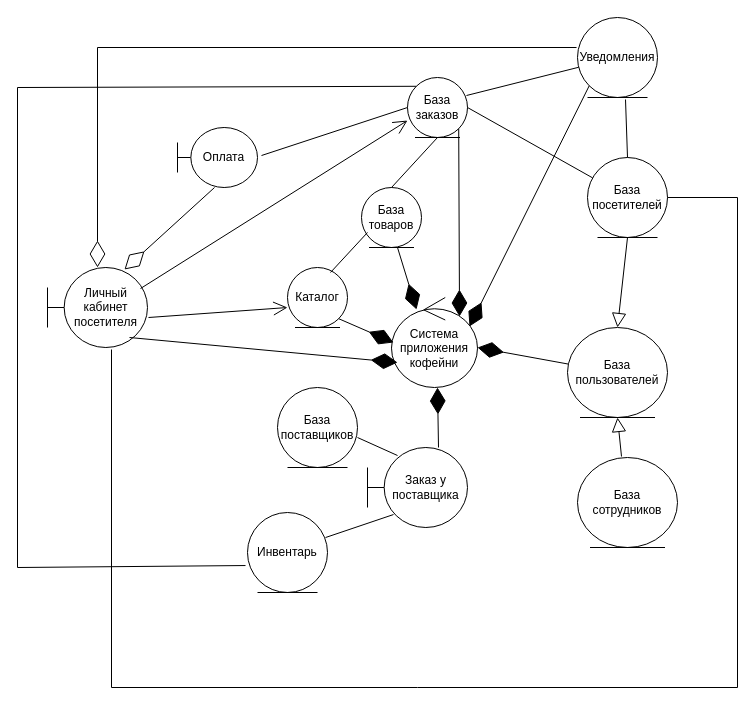
The draw.io diagram AKMS_3.drawio in mopsin666/AKMS, before the edit. Source tidied: cells renumbered, new cells numbered last; positions are measured from the earlier drawing's top-left corner, leaving out a move shared by most shapes. Both pictures are drawn from the tidied source at 100%, with x=0, y=0 at pixel (17, 17).
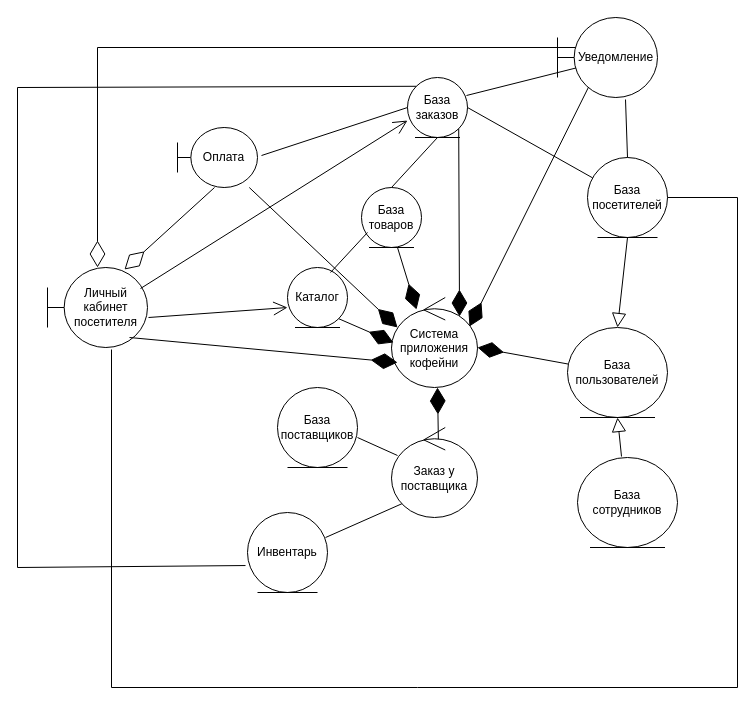
Above is the later version.

Unchanged cells that the change refers to:
```xml
<mxCell id="2" value="Оплата" style="shape=umlBoundary;whiteSpace=wrap;html=1;" parent="1" vertex="1">
  <mxGeometry x="160" y="110" width="80" height="60" as="geometry" />
</mxCell>
<mxCell id="3" value="Личный кабинет посетителя" style="shape=umlBoundary;whiteSpace=wrap;html=1;" parent="1" vertex="1">
  <mxGeometry x="30" y="250" width="100" height="80" as="geometry" />
</mxCell>
<mxCell id="6" value="База заказов" style="ellipse;shape=umlEntity;whiteSpace=wrap;html=1;" parent="1" vertex="1">
  <mxGeometry x="390" y="60" width="60" height="60" as="geometry" />
</mxCell>
<mxCell id="7" value="База посетителей" style="ellipse;shape=umlEntity;whiteSpace=wrap;html=1;" parent="1" vertex="1">
  <mxGeometry x="570" y="140" width="80" height="80" as="geometry" />
</mxCell>
<mxCell id="10" value="Система приложения кофейни" style="ellipse;shape=umlControl;whiteSpace=wrap;html=1;" parent="1" vertex="1">
  <mxGeometry x="374" y="280" width="86" height="90" as="geometry" />
</mxCell>
<mxCell id="24" value="База поставщиков" style="ellipse;shape=umlEntity;whiteSpace=wrap;html=1;" parent="1" vertex="1">
  <mxGeometry x="260" y="370" width="80" height="80" as="geometry" />
</mxCell>
<mxCell id="34" value="Инвентарь" style="ellipse;shape=umlEntity;whiteSpace=wrap;html=1;" parent="1" vertex="1">
  <mxGeometry x="230" y="495" width="80" height="80" as="geometry" />
</mxCell>
```

Diff of the diagram source:
```diff
@@
-    <mxCell id="25" value="Заказ у поставщика" style="shape=umlBoundary;whiteSpace=wrap;html=1;" parent="1" vertex="1">
-      <mxGeometry x="350" y="430" width="100" height="80" as="geometry" />
-    </mxCell>
-    <mxCell id="26" style="endArrow=none;html=1;rounded=0;exitX=1;exitY=0.625;exitDx=0;exitDy=0;exitPerimeter=0;entryX=0.3;entryY=0.1;entryDx=0;entryDy=0;entryPerimeter=0;" parent="1" edge="1" source="24" target="25">
-      <mxGeometry relative="1" as="geometry" />
+    <mxCell id="26" style="endArrow=none;html=1;rounded=0;exitX=1;exitY=0.625;exitDx=0;exitDy=0;exitPerimeter=0;entryX=0.3;entryY=0.1;entryDx=0;entryDy=0;entryPerimeter=0;" parent="1" edge="1" source="24">
+      <mxGeometry relative="1" as="geometry">
+        <mxPoint x="380" y="438" as="targetPoint" />
+      </mxGeometry>
     </mxCell>
-    <mxCell id="27" style="endArrow=diamondThin;endFill=1;endSize=24;html=1;rounded=0;exitX=0.71;exitY=0;exitDx=0;exitDy=0;exitPerimeter=0;entryX=0.535;entryY=1;entryDx=0;entryDy=0;entryPerimeter=0;" parent="1" edge="1" source="25" target="10">
-      <mxGeometry relative="1" as="geometry" />
+    <mxCell id="27" style="endArrow=diamondThin;endFill=1;endSize=24;html=1;rounded=0;exitX=0.71;exitY=0;exitDx=0;exitDy=0;exitPerimeter=0;entryX=0.535;entryY=1;entryDx=0;entryDy=0;entryPerimeter=0;" parent="1" edge="1" target="10">
+      <mxGeometry relative="1" as="geometry">
+        <mxPoint x="421" y="430" as="sourcePoint" />
+      </mxGeometry>
     </mxCell>
@@
-    <mxCell id="30" value="Уведомления" style="ellipse;shape=umlEntity;whiteSpace=wrap;html=1;" parent="1" vertex="1">
-      <mxGeometry x="560" width="80" height="80" as="geometry" />
-    </mxCell>
-    <mxCell id="31" style="endArrow=none;html=1;rounded=0;entryX=0.983;entryY=0.3;entryDx=0;entryDy=0;entryPerimeter=0;" parent="1" edge="1" source="30" target="6">
-      <mxGeometry relative="1" as="geometry" />
+    <mxCell id="31" style="endArrow=none;html=1;rounded=0;entryX=0.983;entryY=0.3;entryDx=0;entryDy=0;entryPerimeter=0;" parent="1" edge="1" target="6">
+      <mxGeometry relative="1" as="geometry">
+        <mxPoint x="561.2" y="49.8" as="sourcePoint" />
+      </mxGeometry>
     </mxCell>
-    <mxCell id="32" style="endArrow=none;html=1;rounded=0;entryX=0.5;entryY=0;entryDx=0;entryDy=0;exitX=0.6;exitY=1.025;exitDx=0;exitDy=0;exitPerimeter=0;" parent="1" edge="1" source="30" target="7">
-      <mxGeometry relative="1" as="geometry" />
+    <mxCell id="32" style="endArrow=none;html=1;rounded=0;entryX=0.5;entryY=0;entryDx=0;entryDy=0;exitX=0.6;exitY=1.025;exitDx=0;exitDy=0;exitPerimeter=0;" parent="1" edge="1" target="7">
+      <mxGeometry relative="1" as="geometry">
+        <mxPoint x="608" y="82" as="sourcePoint" />
+      </mxGeometry>
     </mxCell>
-    <mxCell id="33" style="endArrow=diamondThin;endFill=0;endSize=24;html=1;rounded=0;exitX=-0.012;exitY=0.375;exitDx=0;exitDy=0;exitPerimeter=0;entryX=0.5;entryY=0;entryDx=0;entryDy=0;entryPerimeter=0;" parent="1" edge="1" source="30" target="3">
+    <mxCell id="33" style="endArrow=diamondThin;endFill=0;endSize=24;html=1;rounded=0;exitX=-0.012;exitY=0.375;exitDx=0;exitDy=0;exitPerimeter=0;entryX=0.5;entryY=0;entryDx=0;entryDy=0;entryPerimeter=0;" parent="1" edge="1" target="3">
       <mxGeometry relative="1" as="geometry">
+        <mxPoint x="559" y="30" as="sourcePoint" />
         <Array as="points">
           <mxPoint x="80" y="30" />
         </Array>
       </mxGeometry>
     </mxCell>
@@
-    <mxCell id="36" style="endArrow=none;html=1;rounded=0;exitX=0.975;exitY=0.313;exitDx=0;exitDy=0;exitPerimeter=0;entryX=0.26;entryY=0.838;entryDx=0;entryDy=0;entryPerimeter=0;" parent="1" edge="1" source="34" target="25">
+    <mxCell id="36" style="endArrow=none;html=1;rounded=0;exitX=0.975;exitY=0.313;exitDx=0;exitDy=0;exitPerimeter=0;entryX=0.128;entryY=0.844;entryDx=0;entryDy=0;entryPerimeter=0;" parent="1" edge="1" source="34" target="25">
       <mxGeometry relative="1" as="geometry" />
     </mxCell>
-    <mxCell id="37" style="endArrow=diamondThin;endFill=1;endSize=24;html=1;rounded=0;exitX=0;exitY=1;exitDx=0;exitDy=0;entryX=0.791;entryY=0.211;entryDx=0;entryDy=0;entryPerimeter=0;" parent="1" edge="1" source="30">
+    <mxCell id="37" style="endArrow=diamondThin;endFill=1;endSize=24;html=1;rounded=0;exitX=0;exitY=1;exitDx=0;exitDy=0;entryX=0.791;entryY=0.211;entryDx=0;entryDy=0;entryPerimeter=0;" parent="1" edge="1">
       <mxGeometry relative="1" as="geometry">
+        <mxPoint x="571.7" y="68.3" as="sourcePoint" />
         <mxPoint x="452" y="309" as="targetPoint" />
       </mxGeometry>
     </mxCell>
+    <mxCell id="38" value="Уведомление" style="shape=umlBoundary;whiteSpace=wrap;html=1;" parent="1" vertex="1">
+      <mxGeometry x="540" width="100" height="80" as="geometry" />
+    </mxCell>
+    <mxCell id="25" value="Заказ у поставщика" style="ellipse;shape=umlControl;whiteSpace=wrap;html=1;" parent="1" vertex="1">
+      <mxGeometry x="374" y="410" width="86" height="90" as="geometry" />
+    </mxCell>
+    <mxCell id="39" style="endArrow=diamondThin;endFill=1;endSize=24;html=1;rounded=0;entryX=0.07;entryY=0.333;entryDx=0;entryDy=0;entryPerimeter=0;" parent="1" edge="1" source="2" target="10">
+      <mxGeometry relative="1" as="geometry" />
+    </mxCell>
```
